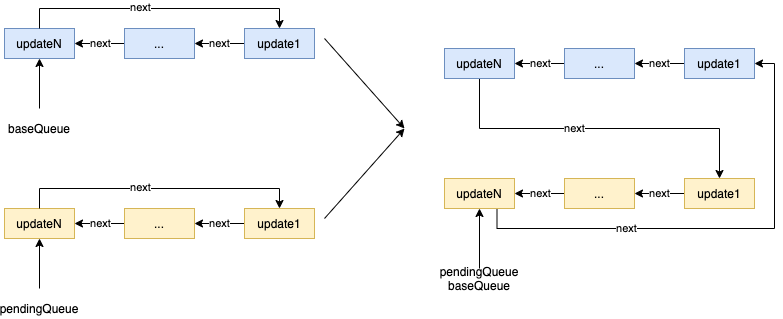
Before: source/_posts/react-concurrent-2/merge-queue.png, a diagram exported from draw.io (ParadeTo/blog). Source tidied: cells renumbered, new cells last; positions are measured from the earlier drawing's top-left corner, leaving out a move shared by most shapes.
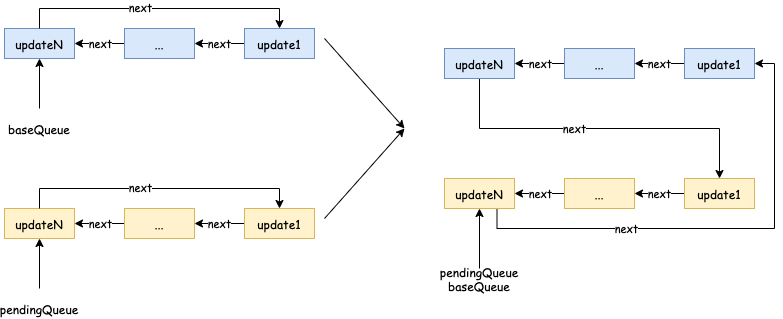
The same file after the commit.

Diff of the diagram source:
```diff
@@ -2,144 +2,144 @@
   <root>
     <mxCell id="0" />
     <mxCell id="1" parent="0" />
-    <mxCell id="2" style="edgeStyle=orthogonalEdgeStyle;rounded=0;jettySize=auto;html=1;exitX=1;exitY=0.5;exitDx=0;exitDy=0;entryX=0;entryY=0.5;entryDx=0;entryDy=0;startArrow=classic;startFill=1;endArrow=none;endFill=0;" parent="1" edge="1" source="4" target="6">
+    <mxCell id="2" style="edgeStyle=orthogonalEdgeStyle;rounded=0;jettySize=auto;html=1;exitX=1;exitY=0.5;exitDx=0;exitDy=0;entryX=0;entryY=0.5;entryDx=0;entryDy=0;startArrow=classic;startFill=1;endArrow=none;endFill=0;fontFamily=Comic Sans MS;" parent="1" edge="1" source="4" target="6">
       <mxGeometry relative="1" as="geometry" />
     </mxCell>
-    <mxCell id="3" value="next" style="edgeLabel;html=1;align=center;verticalAlign=middle;" parent="2" vertex="1">
+    <mxCell id="3" value="next" style="edgeLabel;html=1;align=center;verticalAlign=middle;fontFamily=Comic Sans MS;" parent="2" vertex="1">
       <mxGeometry x="-0.2" y="4" relative="1" as="geometry">
         <mxPoint x="5" y="3" as="offset" />
       </mxGeometry>
     </mxCell>
-    <mxCell id="4" value="updateN" style="rounded=0;whiteSpace=wrap;html=1;fillColor=#dae8fc;strokeColor=#6c8ebf;" parent="1" vertex="1">
+    <mxCell id="4" value="updateN" style="rounded=0;whiteSpace=wrap;html=1;fillColor=#dae8fc;strokeColor=#6c8ebf;fontFamily=Comic Sans MS;" parent="1" vertex="1">
       <mxGeometry width="70" height="30" as="geometry" />
     </mxCell>
-    <mxCell id="5" value="next" style="edgeStyle=orthogonalEdgeStyle;rounded=0;jettySize=auto;html=1;exitX=1;exitY=0.5;exitDx=0;exitDy=0;entryX=0;entryY=0.5;entryDx=0;entryDy=0;startArrow=classic;startFill=1;endArrow=none;endFill=0;" parent="1" edge="1" source="6" target="9">
+    <mxCell id="5" value="next" style="edgeStyle=orthogonalEdgeStyle;rounded=0;jettySize=auto;html=1;exitX=1;exitY=0.5;exitDx=0;exitDy=0;entryX=0;entryY=0.5;entryDx=0;entryDy=0;startArrow=classic;startFill=1;endArrow=none;endFill=0;fontFamily=Comic Sans MS;" parent="1" edge="1" source="6" target="9">
       <mxGeometry relative="1" as="geometry" />
     </mxCell>
-    <mxCell id="6" value="..." style="rounded=0;whiteSpace=wrap;html=1;fillColor=#dae8fc;strokeColor=#6c8ebf;" parent="1" vertex="1">
+    <mxCell id="6" value="..." style="rounded=0;whiteSpace=wrap;html=1;fillColor=#dae8fc;strokeColor=#6c8ebf;fontFamily=Comic Sans MS;" parent="1" vertex="1">
       <mxGeometry x="120" width="70" height="30" as="geometry" />
     </mxCell>
-    <mxCell id="7" style="edgeStyle=orthogonalEdgeStyle;rounded=0;jettySize=auto;html=1;exitX=0.5;exitY=0;exitDx=0;exitDy=0;entryX=0.5;entryY=0;entryDx=0;entryDy=0;startArrow=classic;startFill=1;endArrow=none;endFill=0;" parent="1" edge="1" source="9" target="4">
+    <mxCell id="7" style="edgeStyle=orthogonalEdgeStyle;rounded=0;jettySize=auto;html=1;exitX=0.5;exitY=0;exitDx=0;exitDy=0;entryX=0.5;entryY=0;entryDx=0;entryDy=0;startArrow=classic;startFill=1;endArrow=none;endFill=0;fontFamily=Comic Sans MS;" parent="1" edge="1" source="9" target="4">
       <mxGeometry relative="1" as="geometry" />
     </mxCell>
-    <mxCell id="8" value="next" style="edgeLabel;html=1;align=center;verticalAlign=middle;" parent="7" vertex="1">
+    <mxCell id="8" value="next" style="edgeLabel;html=1;align=center;verticalAlign=middle;fontFamily=Comic Sans MS;" parent="7" vertex="1">
       <mxGeometry x="0.14" y="-2" relative="1" as="geometry" />
     </mxCell>
-    <mxCell id="9" value="update1" style="rounded=0;whiteSpace=wrap;html=1;fillColor=#dae8fc;strokeColor=#6c8ebf;" parent="1" vertex="1">
+    <mxCell id="9" value="update1" style="rounded=0;whiteSpace=wrap;html=1;fillColor=#dae8fc;strokeColor=#6c8ebf;fontFamily=Comic Sans MS;" parent="1" vertex="1">
       <mxGeometry x="240" width="70" height="30" as="geometry" />
     </mxCell>
-    <mxCell id="10" style="endArrow=classic;html=1;entryX=0.5;entryY=1;entryDx=0;entryDy=0;" parent="1" edge="1" target="4">
+    <mxCell id="10" style="endArrow=classic;html=1;entryX=0.5;entryY=1;entryDx=0;entryDy=0;fontFamily=Comic Sans MS;" parent="1" edge="1" target="4">
       <mxGeometry relative="1" as="geometry">
         <mxPoint x="35" y="80" as="sourcePoint" />
       </mxGeometry>
     </mxCell>
-    <mxCell id="11" value="baseQueue" style="text;html=1;strokeColor=none;fillColor=none;align=center;verticalAlign=middle;whiteSpace=wrap;rounded=0;" parent="1" vertex="1">
+    <mxCell id="11" value="baseQueue" style="text;html=1;strokeColor=none;fillColor=none;align=center;verticalAlign=middle;whiteSpace=wrap;rounded=0;fontFamily=Comic Sans MS;" parent="1" vertex="1">
       <mxGeometry x="15" y="90" width="40" height="20" as="geometry" />
     </mxCell>
-    <mxCell id="12" style="edgeStyle=orthogonalEdgeStyle;rounded=0;jettySize=auto;html=1;exitX=1;exitY=0.5;exitDx=0;exitDy=0;entryX=0;entryY=0.5;entryDx=0;entryDy=0;startArrow=classic;startFill=1;endArrow=none;endFill=0;" parent="1" edge="1" source="14" target="16">
+    <mxCell id="12" style="edgeStyle=orthogonalEdgeStyle;rounded=0;jettySize=auto;html=1;exitX=1;exitY=0.5;exitDx=0;exitDy=0;entryX=0;entryY=0.5;entryDx=0;entryDy=0;startArrow=classic;startFill=1;endArrow=none;endFill=0;fontFamily=Comic Sans MS;" parent="1" edge="1" source="14" target="16">
       <mxGeometry relative="1" as="geometry" />
     </mxCell>
-    <mxCell id="13" value="next" style="edgeLabel;html=1;align=center;verticalAlign=middle;" parent="12" vertex="1">
+    <mxCell id="13" value="next" style="edgeLabel;html=1;align=center;verticalAlign=middle;fontFamily=Comic Sans MS;" parent="12" vertex="1">
       <mxGeometry x="-0.2" y="4" relative="1" as="geometry">
         <mxPoint x="5" y="3" as="offset" />
       </mxGeometry>
     </mxCell>
-    <mxCell id="14" value="updateN" style="rounded=0;whiteSpace=wrap;html=1;fillColor=#fff2cc;strokeColor=#d6b656;" parent="1" vertex="1">
+    <mxCell id="14" value="updateN" style="rounded=0;whiteSpace=wrap;html=1;fillColor=#fff2cc;strokeColor=#d6b656;fontFamily=Comic Sans MS;" parent="1" vertex="1">
       <mxGeometry y="180" width="70" height="30" as="geometry" />
     </mxCell>
-    <mxCell id="15" value="next" style="edgeStyle=orthogonalEdgeStyle;rounded=0;jettySize=auto;html=1;exitX=1;exitY=0.5;exitDx=0;exitDy=0;entryX=0;entryY=0.5;entryDx=0;entryDy=0;startArrow=classic;startFill=1;endArrow=none;endFill=0;" parent="1" edge="1" source="16" target="19">
+    <mxCell id="15" value="next" style="edgeStyle=orthogonalEdgeStyle;rounded=0;jettySize=auto;html=1;exitX=1;exitY=0.5;exitDx=0;exitDy=0;entryX=0;entryY=0.5;entryDx=0;entryDy=0;startArrow=classic;startFill=1;endArrow=none;endFill=0;fontFamily=Comic Sans MS;" parent="1" edge="1" source="16" target="19">
       <mxGeometry relative="1" as="geometry" />
     </mxCell>
-    <mxCell id="16" value="..." style="rounded=0;whiteSpace=wrap;html=1;fillColor=#fff2cc;strokeColor=#d6b656;" parent="1" vertex="1">
+    <mxCell id="16" value="..." style="rounded=0;whiteSpace=wrap;html=1;fillColor=#fff2cc;strokeColor=#d6b656;fontFamily=Comic Sans MS;" parent="1" vertex="1">
       <mxGeometry x="120" y="180" width="70" height="30" as="geometry" />
     </mxCell>
-    <mxCell id="17" style="edgeStyle=orthogonalEdgeStyle;rounded=0;jettySize=auto;html=1;exitX=0.5;exitY=0;exitDx=0;exitDy=0;entryX=0.5;entryY=0;entryDx=0;entryDy=0;startArrow=classic;startFill=1;endArrow=none;endFill=0;" parent="1" edge="1" source="19" target="14">
+    <mxCell id="17" style="edgeStyle=orthogonalEdgeStyle;rounded=0;jettySize=auto;html=1;exitX=0.5;exitY=0;exitDx=0;exitDy=0;entryX=0.5;entryY=0;entryDx=0;entryDy=0;startArrow=classic;startFill=1;endArrow=none;endFill=0;fontFamily=Comic Sans MS;" parent="1" edge="1" source="19" target="14">
       <mxGeometry relative="1" as="geometry" />
     </mxCell>
-    <mxCell id="18" value="next" style="edgeLabel;html=1;align=center;verticalAlign=middle;" parent="17" vertex="1">
+    <mxCell id="18" value="next" style="edgeLabel;html=1;align=center;verticalAlign=middle;fontFamily=Comic Sans MS;" parent="17" vertex="1">
       <mxGeometry x="0.14" y="-2" relative="1" as="geometry" />
     </mxCell>
-    <mxCell id="19" value="update1" style="rounded=0;whiteSpace=wrap;html=1;fillColor=#fff2cc;strokeColor=#d6b656;" parent="1" vertex="1">
+    <mxCell id="19" value="update1" style="rounded=0;whiteSpace=wrap;html=1;fillColor=#fff2cc;strokeColor=#d6b656;fontFamily=Comic Sans MS;" parent="1" vertex="1">
       <mxGeometry x="240" y="180" width="70" height="30" as="geometry" />
     </mxCell>
-    <mxCell id="20" style="endArrow=classic;html=1;entryX=0.5;entryY=1;entryDx=0;entryDy=0;" parent="1" edge="1" target="14">
+    <mxCell id="20" style="endArrow=classic;html=1;entryX=0.5;entryY=1;entryDx=0;entryDy=0;fontFamily=Comic Sans MS;" parent="1" edge="1" target="14">
       <mxGeometry relative="1" as="geometry">
         <mxPoint x="35" y="260" as="sourcePoint" />
       </mxGeometry>
     </mxCell>
-    <mxCell id="21" value="pendingQueue" style="text;html=1;strokeColor=none;fillColor=none;align=center;verticalAlign=middle;whiteSpace=wrap;rounded=0;" parent="1" vertex="1">
+    <mxCell id="21" value="pendingQueue" style="text;html=1;strokeColor=none;fillColor=none;align=center;verticalAlign=middle;whiteSpace=wrap;rounded=0;fontFamily=Comic Sans MS;" parent="1" vertex="1">
       <mxGeometry x="15" y="270" width="40" height="20" as="geometry" />
     </mxCell>
-    <mxCell id="22" style="endArrow=classic;html=1;" parent="1" edge="1">
+    <mxCell id="22" style="endArrow=classic;html=1;fontFamily=Comic Sans MS;" parent="1" edge="1">
       <mxGeometry relative="1" as="geometry">
         <mxPoint x="320" y="10" as="sourcePoint" />
         <mxPoint x="400" y="100" as="targetPoint" />
       </mxGeometry>
     </mxCell>
-    <mxCell id="23" style="endArrow=classic;html=1;" parent="1" edge="1">
+    <mxCell id="23" style="endArrow=classic;html=1;fontFamily=Comic Sans MS;" parent="1" edge="1">
       <mxGeometry relative="1" as="geometry">
         <mxPoint x="320" y="190" as="sourcePoint" />
         <mxPoint x="400" y="100" as="targetPoint" />
       </mxGeometry>
     </mxCell>
-    <mxCell id="24" style="edgeStyle=orthogonalEdgeStyle;rounded=0;jettySize=auto;html=1;exitX=1;exitY=0.5;exitDx=0;exitDy=0;entryX=0;entryY=0.5;entryDx=0;entryDy=0;startArrow=classic;startFill=1;endArrow=none;endFill=0;" parent="1" edge="1" source="28" target="30">
+    <mxCell id="24" style="edgeStyle=orthogonalEdgeStyle;rounded=0;jettySize=auto;html=1;exitX=1;exitY=0.5;exitDx=0;exitDy=0;entryX=0;entryY=0.5;entryDx=0;entryDy=0;startArrow=classic;startFill=1;endArrow=none;endFill=0;fontFamily=Comic Sans MS;" parent="1" edge="1" source="28" target="30">
       <mxGeometry relative="1" as="geometry" />
     </mxCell>
-    <mxCell id="25" value="next" style="edgeLabel;html=1;align=center;verticalAlign=middle;" parent="24" vertex="1">
+    <mxCell id="25" value="next" style="edgeLabel;html=1;align=center;verticalAlign=middle;fontFamily=Comic Sans MS;" parent="24" vertex="1">
       <mxGeometry x="-0.2" y="4" relative="1" as="geometry">
         <mxPoint x="5" y="3" as="offset" />
       </mxGeometry>
     </mxCell>
-    <mxCell id="26" style="edgeStyle=orthogonalEdgeStyle;rounded=0;jettySize=auto;html=1;exitX=0.5;exitY=1;exitDx=0;exitDy=0;entryX=0.5;entryY=0;entryDx=0;entryDy=0;startArrow=none;startFill=0;endArrow=classic;endFill=1;" parent="1" edge="1" source="28" target="39">
+    <mxCell id="26" style="edgeStyle=orthogonalEdgeStyle;rounded=0;jettySize=auto;html=1;exitX=0.5;exitY=1;exitDx=0;exitDy=0;entryX=0.5;entryY=0;entryDx=0;entryDy=0;startArrow=none;startFill=0;endArrow=classic;endFill=1;fontFamily=Comic Sans MS;" parent="1" edge="1" source="28" target="39">
       <mxGeometry relative="1" as="geometry" />
     </mxCell>
-    <mxCell id="27" value="next" style="edgeLabel;html=1;align=center;verticalAlign=middle;" parent="26" vertex="1">
+    <mxCell id="27" value="next" style="edgeLabel;html=1;align=center;verticalAlign=middle;fontFamily=Comic Sans MS;" parent="26" vertex="1">
       <mxGeometry x="-0.15" y="1" relative="1" as="geometry" />
     </mxCell>
-    <mxCell id="28" value="updateN" style="rounded=0;whiteSpace=wrap;html=1;fillColor=#dae8fc;strokeColor=#6c8ebf;" parent="1" vertex="1">
+    <mxCell id="28" value="updateN" style="rounded=0;whiteSpace=wrap;html=1;fillColor=#dae8fc;strokeColor=#6c8ebf;fontFamily=Comic Sans MS;" parent="1" vertex="1">
       <mxGeometry x="440" y="20" width="70" height="30" as="geometry" />
     </mxCell>
-    <mxCell id="29" value="next" style="edgeStyle=orthogonalEdgeStyle;rounded=0;jettySize=auto;html=1;exitX=1;exitY=0.5;exitDx=0;exitDy=0;entryX=0;entryY=0.5;entryDx=0;entryDy=0;startArrow=classic;startFill=1;endArrow=none;endFill=0;" parent="1" edge="1" source="30" target="31">
+    <mxCell id="29" value="next" style="edgeStyle=orthogonalEdgeStyle;rounded=0;jettySize=auto;html=1;exitX=1;exitY=0.5;exitDx=0;exitDy=0;entryX=0;entryY=0.5;entryDx=0;entryDy=0;startArrow=classic;startFill=1;endArrow=none;endFill=0;fontFamily=Comic Sans MS;" parent="1" edge="1" source="30" target="31">
       <mxGeometry relative="1" as="geometry" />
     </mxCell>
-    <mxCell id="30" value="..." style="rounded=0;whiteSpace=wrap;html=1;fillColor=#dae8fc;strokeColor=#6c8ebf;" parent="1" vertex="1">
+    <mxCell id="30" value="..." style="rounded=0;whiteSpace=wrap;html=1;fillColor=#dae8fc;strokeColor=#6c8ebf;fontFamily=Comic Sans MS;" parent="1" vertex="1">
       <mxGeometry x="560" y="20" width="70" height="30" as="geometry" />
     </mxCell>
-    <mxCell id="31" value="update1" style="rounded=0;whiteSpace=wrap;html=1;fillColor=#dae8fc;strokeColor=#6c8ebf;" parent="1" vertex="1">
+    <mxCell id="31" value="update1" style="rounded=0;whiteSpace=wrap;html=1;fillColor=#dae8fc;strokeColor=#6c8ebf;fontFamily=Comic Sans MS;" parent="1" vertex="1">
       <mxGeometry x="680" y="20" width="70" height="30" as="geometry" />
     </mxCell>
-    <mxCell id="32" style="edgeStyle=orthogonalEdgeStyle;rounded=0;jettySize=auto;html=1;exitX=1;exitY=0.5;exitDx=0;exitDy=0;entryX=0;entryY=0.5;entryDx=0;entryDy=0;startArrow=classic;startFill=1;endArrow=none;endFill=0;" parent="1" edge="1" source="36" target="38">
+    <mxCell id="32" style="edgeStyle=orthogonalEdgeStyle;rounded=0;jettySize=auto;html=1;exitX=1;exitY=0.5;exitDx=0;exitDy=0;entryX=0;entryY=0.5;entryDx=0;entryDy=0;startArrow=classic;startFill=1;endArrow=none;endFill=0;fontFamily=Comic Sans MS;" parent="1" edge="1" source="36" target="38">
       <mxGeometry relative="1" as="geometry" />
     </mxCell>
-    <mxCell id="33" value="next" style="edgeLabel;html=1;align=center;verticalAlign=middle;" parent="32" vertex="1">
+    <mxCell id="33" value="next" style="edgeLabel;html=1;align=center;verticalAlign=middle;fontFamily=Comic Sans MS;" parent="32" vertex="1">
       <mxGeometry x="-0.2" y="4" relative="1" as="geometry">
         <mxPoint x="5" y="3" as="offset" />
       </mxGeometry>
     </mxCell>
-    <mxCell id="34" style="edgeStyle=orthogonalEdgeStyle;rounded=0;jettySize=auto;html=1;entryX=1;entryY=0.5;entryDx=0;entryDy=0;startArrow=none;startFill=0;endArrow=classic;endFill=1;exitX=0.75;exitY=1;exitDx=0;exitDy=0;" parent="1" edge="1" source="36" target="31">
+    <mxCell id="34" style="edgeStyle=orthogonalEdgeStyle;rounded=0;jettySize=auto;html=1;entryX=1;entryY=0.5;entryDx=0;entryDy=0;startArrow=none;startFill=0;endArrow=classic;endFill=1;exitX=0.75;exitY=1;exitDx=0;exitDy=0;fontFamily=Comic Sans MS;" parent="1" edge="1" source="36" target="31">
       <mxGeometry relative="1" as="geometry" />
     </mxCell>
-    <mxCell id="35" value="next" style="edgeLabel;html=1;align=center;verticalAlign=middle;" parent="34" vertex="1">
+    <mxCell id="35" value="next" style="edgeLabel;html=1;align=center;verticalAlign=middle;fontFamily=Comic Sans MS;" parent="34" vertex="1">
       <mxGeometry x="-0.38" y="1" relative="1" as="geometry">
         <mxPoint x="1" as="offset" />
       </mxGeometry>
     </mxCell>
-    <mxCell id="36" value="updateN" style="rounded=0;whiteSpace=wrap;html=1;fillColor=#fff2cc;strokeColor=#d6b656;" parent="1" vertex="1">
+    <mxCell id="36" value="updateN" style="rounded=0;whiteSpace=wrap;html=1;fillColor=#fff2cc;strokeColor=#d6b656;fontFamily=Comic Sans MS;" parent="1" vertex="1">
       <mxGeometry x="440" y="150" width="70" height="30" as="geometry" />
     </mxCell>
-    <mxCell id="37" value="next" style="edgeStyle=orthogonalEdgeStyle;rounded=0;jettySize=auto;html=1;exitX=1;exitY=0.5;exitDx=0;exitDy=0;entryX=0;entryY=0.5;entryDx=0;entryDy=0;startArrow=classic;startFill=1;endArrow=none;endFill=0;" parent="1" edge="1" source="38" target="39">
+    <mxCell id="37" value="next" style="edgeStyle=orthogonalEdgeStyle;rounded=0;jettySize=auto;html=1;exitX=1;exitY=0.5;exitDx=0;exitDy=0;entryX=0;entryY=0.5;entryDx=0;entryDy=0;startArrow=classic;startFill=1;endArrow=none;endFill=0;fontFamily=Comic Sans MS;" parent="1" edge="1" source="38" target="39">
       <mxGeometry relative="1" as="geometry" />
     </mxCell>
-    <mxCell id="38" value="..." style="rounded=0;whiteSpace=wrap;html=1;fillColor=#fff2cc;strokeColor=#d6b656;" parent="1" vertex="1">
+    <mxCell id="38" value="..." style="rounded=0;whiteSpace=wrap;html=1;fillColor=#fff2cc;strokeColor=#d6b656;fontFamily=Comic Sans MS;" parent="1" vertex="1">
       <mxGeometry x="560" y="150" width="70" height="30" as="geometry" />
     </mxCell>
-    <mxCell id="39" value="update1" style="rounded=0;whiteSpace=wrap;html=1;fillColor=#fff2cc;strokeColor=#d6b656;" parent="1" vertex="1">
+    <mxCell id="39" value="update1" style="rounded=0;whiteSpace=wrap;html=1;fillColor=#fff2cc;strokeColor=#d6b656;fontFamily=Comic Sans MS;" parent="1" vertex="1">
       <mxGeometry x="680" y="150" width="70" height="30" as="geometry" />
     </mxCell>
-    <mxCell id="40" style="edgeStyle=orthogonalEdgeStyle;rounded=0;jettySize=auto;html=1;entryX=0.5;entryY=1;entryDx=0;entryDy=0;startArrow=none;startFill=0;endArrow=classic;endFill=1;" parent="1" edge="1" source="41" target="36">
+    <mxCell id="40" style="edgeStyle=orthogonalEdgeStyle;rounded=0;jettySize=auto;html=1;entryX=0.5;entryY=1;entryDx=0;entryDy=0;startArrow=none;startFill=0;endArrow=classic;endFill=1;fontFamily=Comic Sans MS;" parent="1" edge="1" source="41" target="36">
       <mxGeometry relative="1" as="geometry" />
     </mxCell>
-    <mxCell id="41" value="pendingQueue&lt;br&gt;baseQueue" style="text;html=1;strokeColor=none;fillColor=none;align=center;verticalAlign=middle;whiteSpace=wrap;rounded=0;" parent="1" vertex="1">
+    <mxCell id="41" value="pendingQueue&lt;br&gt;baseQueue" style="text;html=1;strokeColor=none;fillColor=none;align=center;verticalAlign=middle;whiteSpace=wrap;rounded=0;fontFamily=Comic Sans MS;" parent="1" vertex="1">
       <mxGeometry x="455" y="240" width="40" height="20" as="geometry" />
     </mxCell>
   </root>
```
